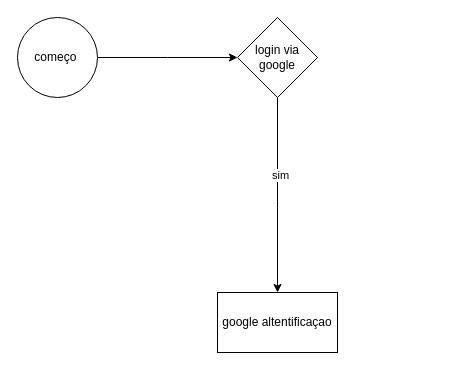
Earlier version of the draw.io diagram fluxo.drawio (caioqwerty/projeto_UX_UI). Source tidied: cells renumbered, new cells numbered last; positions are measured from the earlier drawing's top-left corner, leaving out a move shared by most shapes. Both pictures are drawn from the tidied source at 100%, with x=0, y=0 at pixel (17, 17).
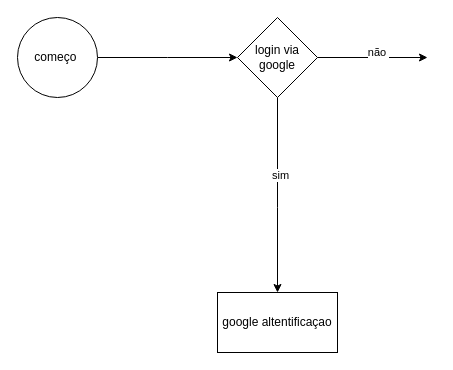
Above is the later version.

Change to the diagram source:
```diff
@@
 <mxGraphModel>
   <root>
     <mxCell id="0" />
     <mxCell id="1" parent="0" />
     <mxCell id="2" style="edgeStyle=orthogonalEdgeStyle;rounded=0;jettySize=auto;html=1;exitX=1;exitY=0.5;exitDx=0;exitDy=0;" parent="1" edge="1" source="3">
       <mxGeometry relative="1" as="geometry">
         <mxPoint x="220" y="40" as="targetPoint" />
       </mxGeometry>
     </mxCell>
     <mxCell id="3" value="começo&amp;nbsp;" style="ellipse;whiteSpace=wrap;html=1;" parent="1" vertex="1">
       <mxGeometry width="80" height="80" as="geometry" />
     </mxCell>
     <mxCell id="4" style="edgeStyle=orthogonalEdgeStyle;rounded=0;jettySize=auto;html=1;exitX=0.5;exitY=1;exitDx=0;exitDy=0;" parent="1" edge="1" source="6" target="7">
       <mxGeometry relative="1" as="geometry">
         <Array as="points">
           <mxPoint x="260" y="190" />
           <mxPoint x="260" y="190" />
         </Array>
       </mxGeometry>
     </mxCell>
     <mxCell id="5" value="sim" style="edgeLabel;html=1;align=center;verticalAlign=middle;" parent="4" vertex="1">
       <mxGeometry x="-0.21" y="2" relative="1" as="geometry" />
     </mxCell>
+    <mxCell id="8" style="edgeStyle=orthogonalEdgeStyle;rounded=0;jettySize=auto;html=1;exitX=1;exitY=0.5;exitDx=0;exitDy=0;" parent="1" edge="1" source="6">
+      <mxGeometry relative="1" as="geometry">
+        <mxPoint x="410" y="40" as="targetPoint" />
+      </mxGeometry>
+    </mxCell>
+    <mxCell id="9" value="não&amp;nbsp;" style="edgeLabel;html=1;align=center;verticalAlign=middle;" parent="8" vertex="1">
+      <mxGeometry x="0.12" y="6" relative="1" as="geometry">
+        <mxPoint x="-1" as="offset" />
+      </mxGeometry>
+    </mxCell>
     <mxCell id="6" value="login via google" style="rhombus;whiteSpace=wrap;html=1;" parent="1" vertex="1">
       <mxGeometry x="220" width="80" height="80" as="geometry" />
     </mxCell>
     <mxCell id="7" value="google altentificaçao" style="whiteSpace=wrap;html=1;" parent="1" vertex="1">
       <mxGeometry x="200" y="275" width="120" height="60" as="geometry" />
     </mxCell>
   </root>
 </mxGraphModel>
```
